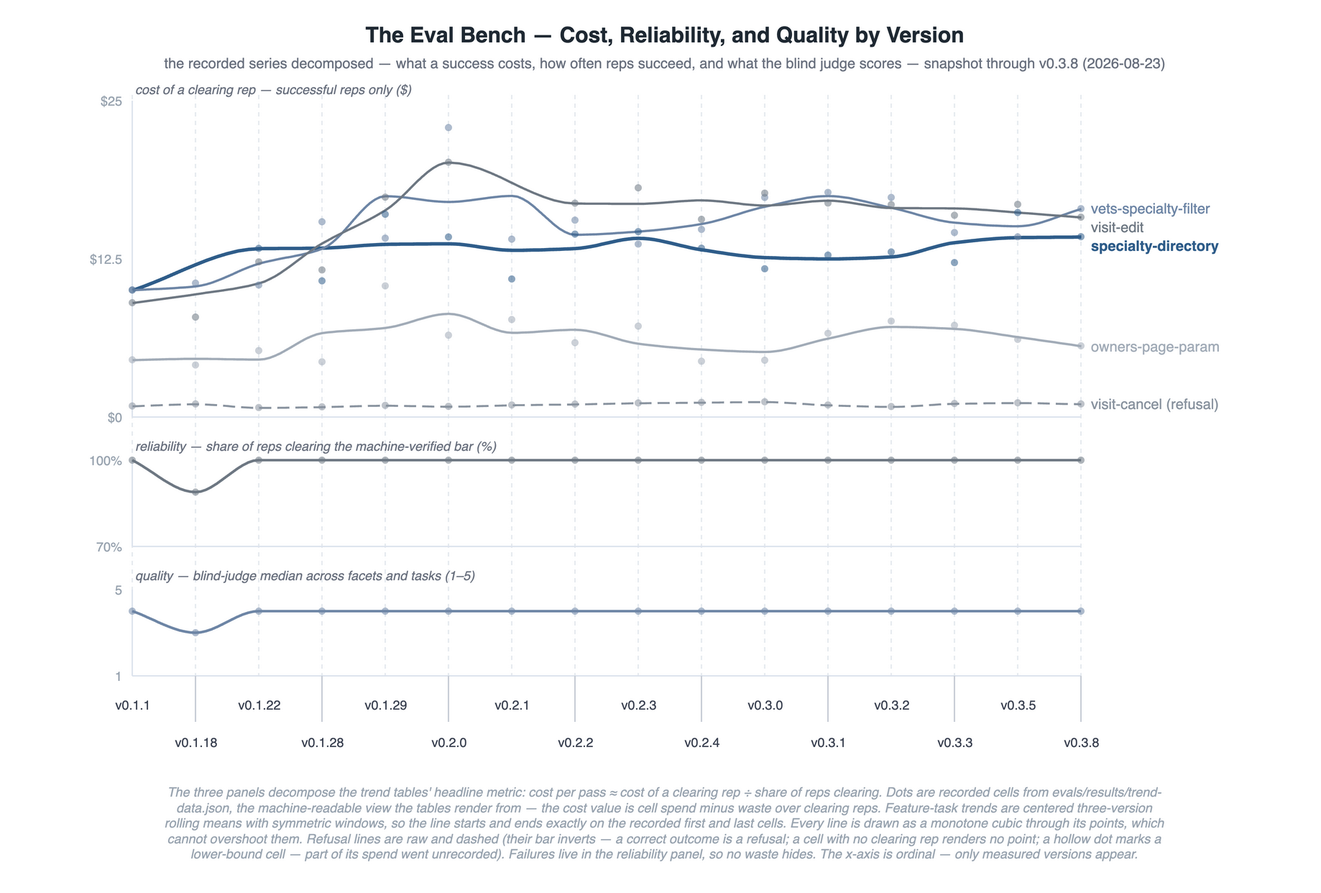
Above: docs/images/eval-trend.drawio.png in woditschka/agentic-coding-reference (draw.io), before the change. Source tidied: cells renumbered, new cells last; positions are measured from the earlier drawing's top-left corner, leaving out a move shared by most shapes.
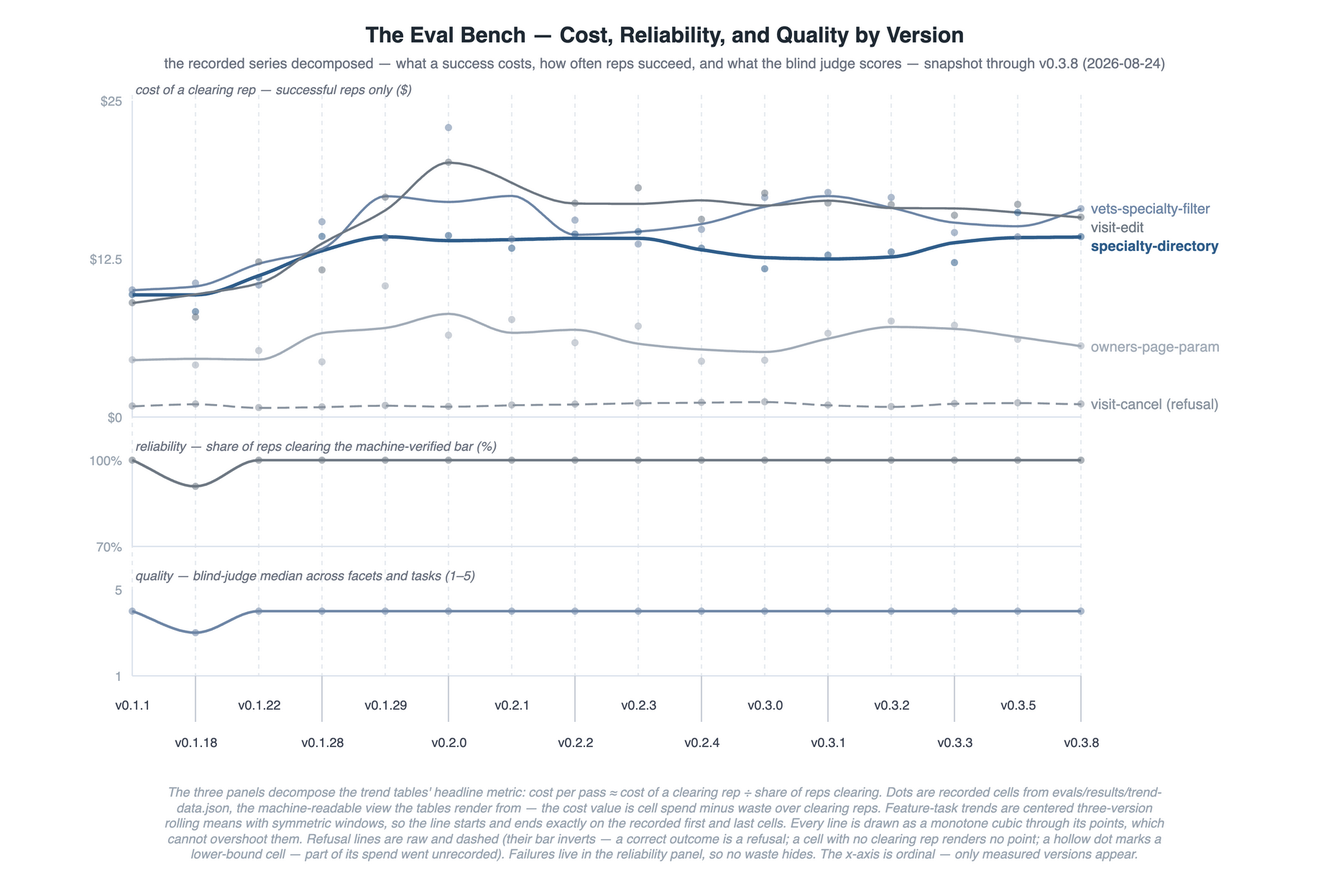
After the commit.

Diff of the diagram source:
```diff
@@ -5,7 +5,7 @@
     <mxCell id="2" value="The Eval Bench — Cost, Reliability, and Quality by Version" style="text;html=1;align=center;verticalAlign=middle;fontSize=15;fontStyle=1;fontColor=#1F2933;" parent="1" vertex="1">
       <mxGeometry width="900" height="24" as="geometry" />
     </mxCell>
-    <mxCell id="3" value="the recorded series decomposed — what a success costs, how often reps succeed, and what the blind judge scores — snapshot through v0.3.8 (2026-08-23)" style="text;html=1;align=center;verticalAlign=middle;fontSize=10;fontColor=#6B7280;" parent="1" vertex="1">
+    <mxCell id="3" value="the recorded series decomposed — what a success costs, how often reps succeed, and what the blind judge scores — snapshot through v0.3.8 (2026-08-24)" style="text;html=1;align=center;verticalAlign=middle;fontSize=10;fontColor=#6B7280;" parent="1" vertex="1">
       <mxGeometry y="25" width="900" height="14" as="geometry" />
     </mxCell>
     <mxCell id="4" style="endArrow=none;startArrow=none;html=1;strokeColor=#E7EBF0;strokeWidth=1;dashed=1;dashPattern=3 3;" parent="1" edge="1">
@@ -359,92 +359,104 @@
     </mxCell>
     <mxCell id="37" style="edgeStyle=none;rounded=0;curved=0;html=1;jettySize=0;endArrow=none;startArrow=none;strokeColor=#2F5D8A;strokeWidth=2.4;" parent="1" edge="1">
       <mxGeometry relative="1" as="geometry">
-        <mxPoint x="80" y="189.7" as="sourcePoint" />
+        <mxPoint x="80" y="192.8" as="sourcePoint" />
         <mxPoint x="740" y="152.6" as="targetPoint" />
         <Array as="points">
-          <mxPoint x="87.3" y="187.1" />
-          <mxPoint x="94.7" y="184.2" />
-          <mxPoint x="102" y="181.2" />
-          <mxPoint x="109.3" y="178" />
-          <mxPoint x="116.7" y="174.8" />
-          <mxPoint x="124" y="171.8" />
-          <mxPoint x="131.3" y="168.9" />
-          <mxPoint x="138.7" y="166.3" />
-          <mxPoint x="146" y="164.1" />
-          <mxPoint x="153.3" y="162.3" />
-          <mxPoint x="160.7" y="161.2" />
-          <mxPoint x="168" y="160.7" />
-          <mxPoint x="171.7" y="160.6" />
-          <mxPoint x="175.3" y="160.6" />
-          <mxPoint x="179" y="160.6" />
-          <mxPoint x="182.7" y="160.5" />
-          <mxPoint x="186.3" y="160.5" />
-          <mxPoint x="190" y="160.5" />
-          <mxPoint x="193.7" y="160.5" />
-          <mxPoint x="197.3" y="160.5" />
-          <mxPoint x="201" y="160.4" />
-          <mxPoint x="204.7" y="160.4" />
-          <mxPoint x="208.3" y="160.4" />
-          <mxPoint x="212" y="160.3" />
-          <mxPoint x="215.7" y="160.2" />
-          <mxPoint x="219.3" y="160" />
-          <mxPoint x="223" y="159.8" />
-          <mxPoint x="226.7" y="159.6" />
-          <mxPoint x="230.3" y="159.3" />
-          <mxPoint x="234" y="159" />
-          <mxPoint x="237.7" y="158.7" />
-          <mxPoint x="241.3" y="158.4" />
-          <mxPoint x="245" y="158.2" />
-          <mxPoint x="248.7" y="158" />
-          <mxPoint x="252.3" y="157.8" />
-          <mxPoint x="256" y="157.7" />
-          <mxPoint x="259.7" y="157.6" />
-          <mxPoint x="263.3" y="157.6" />
-          <mxPoint x="267" y="157.5" />
-          <mxPoint x="270.7" y="157.5" />
-          <mxPoint x="274.3" y="157.5" />
-          <mxPoint x="278" y="157.4" />
-          <mxPoint x="281.7" y="157.4" />
-          <mxPoint x="285.3" y="157.4" />
-          <mxPoint x="289" y="157.3" />
-          <mxPoint x="292.7" y="157.3" />
-          <mxPoint x="296.3" y="157.3" />
-          <mxPoint x="300" y="157.3" />
-          <mxPoint x="303.7" y="157.4" />
-          <mxPoint x="307.3" y="157.6" />
-          <mxPoint x="311" y="158" />
-          <mxPoint x="314.7" y="158.5" />
-          <mxPoint x="318.3" y="159" />
-          <mxPoint x="322" y="159.6" />
-          <mxPoint x="325.7" y="160.1" />
-          <mxPoint x="329.3" y="160.6" />
-          <mxPoint x="333" y="161.1" />
-          <mxPoint x="336.7" y="161.5" />
-          <mxPoint x="340.3" y="161.7" />
-          <mxPoint x="344" y="161.8" />
-          <mxPoint x="347.7" y="161.8" />
-          <mxPoint x="351.3" y="161.8" />
-          <mxPoint x="355" y="161.7" />
-          <mxPoint x="358.7" y="161.6" />
-          <mxPoint x="362.3" y="161.6" />
-          <mxPoint x="366" y="161.5" />
-          <mxPoint x="369.7" y="161.3" />
-          <mxPoint x="373.3" y="161.2" />
-          <mxPoint x="377" y="161.1" />
-          <mxPoint x="380.7" y="160.9" />
-          <mxPoint x="384.3" y="160.8" />
-          <mxPoint x="388" y="160.6" />
-          <mxPoint x="391.7" y="160.3" />
-          <mxPoint x="395.3" y="159.8" />
-          <mxPoint x="399" y="159.2" />
-          <mxPoint x="402.7" y="158.5" />
-          <mxPoint x="406.3" y="157.6" />
-          <mxPoint x="410" y="156.8" />
-          <mxPoint x="413.7" y="156" />
-          <mxPoint x="417.3" y="155.2" />
-          <mxPoint x="421" y="154.5" />
-          <mxPoint x="424.7" y="154" />
-          <mxPoint x="428.3" y="153.6" />
+          <mxPoint x="83.7" y="192.8" />
+          <mxPoint x="87.3" y="192.8" />
+          <mxPoint x="91" y="192.8" />
+          <mxPoint x="94.7" y="192.8" />
+          <mxPoint x="98.3" y="192.8" />
+          <mxPoint x="102" y="192.8" />
+          <mxPoint x="105.7" y="192.8" />
+          <mxPoint x="109.3" y="192.8" />
+          <mxPoint x="113" y="192.8" />
+          <mxPoint x="116.7" y="192.8" />
+          <mxPoint x="120.3" y="192.8" />
+          <mxPoint x="124" y="192.8" />
+          <mxPoint x="127.7" y="192.6" />
+          <mxPoint x="131.3" y="192.2" />
+          <mxPoint x="135" y="191.4" />
+          <mxPoint x="138.7" y="190.4" />
+          <mxPoint x="142.3" y="189.3" />
+          <mxPoint x="146" y="188" />
+          <mxPoint x="149.7" y="186.6" />
+          <mxPoint x="153.3" y="185.1" />
+          <mxPoint x="157" y="183.6" />
+          <mxPoint x="160.7" y="182.1" />
+          <mxPoint x="164.3" y="180.7" />
+          <mxPoint x="168" y="179.4" />
+          <mxPoint x="171.7" y="178.1" />
+          <mxPoint x="175.3" y="176.7" />
+          <mxPoint x="179" y="175.2" />
+          <mxPoint x="182.7" y="173.6" />
+          <mxPoint x="186.3" y="172" />
+          <mxPoint x="190" y="170.4" />
+          <mxPoint x="193.7" y="168.8" />
+          <mxPoint x="197.3" y="167.3" />
+          <mxPoint x="201" y="165.8" />
+          <mxPoint x="204.7" y="164.5" />
+          <mxPoint x="208.3" y="163.2" />
+          <mxPoint x="212" y="162.1" />
+          <mxPoint x="215.7" y="161" />
+          <mxPoint x="219.3" y="159.9" />
+          <mxPoint x="223" y="158.8" />
+          <mxPoint x="226.7" y="157.7" />
+          <mxPoint x="230.3" y="156.7" />
+          <mxPoint x="234" y="155.7" />
+          <mxPoint x="237.7" y="154.8" />
+          <mxPoint x="241.3" y="154" />
+          <mxPoint x="245" y="153.3" />
+          <mxPoint x="248.7" y="152.8" />
+          <mxPoint x="252.3" y="152.5" />
+          <mxPoint x="256" y="152.4" />
+          <mxPoint x="259.7" y="152.5" />
+          <mxPoint x="263.3" y="152.6" />
+          <mxPoint x="267" y="152.8" />
+          <mxPoint x="270.7" y="153.1" />
+          <mxPoint x="274.3" y="153.4" />
+          <mxPoint x="278" y="153.8" />
+          <mxPoint x="281.7" y="154.1" />
+          <mxPoint x="285.3" y="154.4" />
+          <mxPoint x="289" y="154.7" />
+          <mxPoint x="292.7" y="154.9" />
+          <mxPoint x="296.3" y="155" />
+          <mxPoint x="300" y="155.1" />
+          <mxPoint x="303.7" y="155.1" />
+          <mxPoint x="307.3" y="155.1" />
+          <mxPoint x="311" y="155" />
+          <mxPoint x="314.7" y="155" />
+          <mxPoint x="318.3" y="154.9" />
+          <mxPoint x="322" y="154.8" />
+          <mxPoint x="325.7" y="154.8" />
+          <mxPoint x="329.3" y="154.7" />
+          <mxPoint x="333" y="154.6" />
+          <mxPoint x="336.7" y="154.5" />
+          <mxPoint x="340.3" y="154.5" />
+          <mxPoint x="344" y="154.4" />
+          <mxPoint x="347.7" y="154.3" />
+          <mxPoint x="351.3" y="154.2" />
+          <mxPoint x="355" y="154.1" />
+          <mxPoint x="358.7" y="154.1" />
+          <mxPoint x="362.3" y="153.9" />
+          <mxPoint x="366" y="153.9" />
+          <mxPoint x="369.7" y="153.8" />
+          <mxPoint x="373.3" y="153.7" />
+          <mxPoint x="377" y="153.6" />
+          <mxPoint x="380.7" y="153.5" />
+          <mxPoint x="384.3" y="153.5" />
+          <mxPoint x="388" y="153.5" />
+          <mxPoint x="391.7" y="153.5" />
+          <mxPoint x="395.3" y="153.5" />
+          <mxPoint x="399" y="153.5" />
+          <mxPoint x="402.7" y="153.5" />
+          <mxPoint x="406.3" y="153.5" />
+          <mxPoint x="410" y="153.5" />
+          <mxPoint x="413.7" y="153.5" />
+          <mxPoint x="417.3" y="153.5" />
+          <mxPoint x="421" y="153.5" />
+          <mxPoint x="424.7" y="153.5" />
+          <mxPoint x="428.3" y="153.5" />
           <mxPoint x="432" y="153.5" />
           <mxPoint x="435.7" y="153.6" />
           <mxPoint x="439.3" y="153.9" />
@@ -943,22 +955,25 @@
       <mxGeometry x="737.5" y="226" width="5" height="5" as="geometry" />
     </mxCell>
     <mxCell id="56" style="ellipse;html=1;fillColor=#2F5D8A;strokeColor=none;opacity=55;" parent="1" vertex="1">
-      <mxGeometry x="77.5" y="187.2" width="5" height="5" as="geometry" />
+      <mxGeometry x="77.5" y="190.3" width="5" height="5" as="geometry" />
     </mxCell>
+    <mxCell id="183" style="ellipse;html=1;fillColor=#2F5D8A;strokeColor=none;opacity=55;" parent="1" vertex="1">
+      <mxGeometry x="121.5" y="202.2" width="5" height="5" as="geometry" />
+    </mxCell>
     <mxCell id="57" style="ellipse;html=1;fillColor=#2F5D8A;strokeColor=none;opacity=55;" parent="1" vertex="1">
-      <mxGeometry x="165.5" y="158.2" width="5" height="5" as="geometry" />
+      <mxGeometry x="165.5" y="178.5" width="5" height="5" as="geometry" />
     </mxCell>
     <mxCell id="58" style="ellipse;html=1;fillColor=#2F5D8A;strokeColor=none;opacity=55;" parent="1" vertex="1">
-      <mxGeometry x="209.5" y="180.8" width="5" height="5" as="geometry" />
+      <mxGeometry x="209.5" y="149.9" width="5" height="5" as="geometry" />
     </mxCell>
     <mxCell id="59" style="ellipse;html=1;fillColor=#2F5D8A;strokeColor=none;opacity=55;" parent="1" vertex="1">
-      <mxGeometry x="253.5" y="134.5" width="5" height="5" as="geometry" />
+      <mxGeometry x="253.5" y="150.5" width="5" height="5" as="geometry" />
     </mxCell>
     <mxCell id="60" style="ellipse;html=1;fillColor=#2F5D8A;strokeColor=none;opacity=55;" parent="1" vertex="1">
-      <mxGeometry x="297.5" y="150.3" width="5" height="5" as="geometry" />
+      <mxGeometry x="297.5" y="149.3" width="5" height="5" as="geometry" />
     </mxCell>
     <mxCell id="61" style="ellipse;html=1;fillColor=#2F5D8A;strokeColor=none;opacity=55;" parent="1" vertex="1">
-      <mxGeometry x="341.5" y="179.5" width="5" height="5" as="geometry" />
+      <mxGeometry x="341.5" y="158.1" width="5" height="5" as="geometry" />
     </mxCell>
     <mxCell id="62" style="ellipse;html=1;fillColor=#2F5D8A;strokeColor=none;opacity=55;" parent="1" vertex="1">
       <mxGeometry x="385.5" y="148.3" width="5" height="5" as="geometry" />
@@ -1320,28 +1335,28 @@
         <mxPoint x="80" y="308" as="sourcePoint" />
         <mxPoint x="740" y="308" as="targetPoint" />
         <Array as="points">
-          <mxPoint x="83.7" y="310" />
-          <mxPoint x="87.3" y="312.2" />
-          <mxPoint x="91" y="314.6" />
-          <mxPoint x="94.7" y="317" />
-          <mxPoint x="98.3" y="319.5" />
-          <mxPoint x="102" y="321.9" />
-          <mxPoint x="105.7" y="324.1" />
-          <mxPoint x="109.3" y="326.1" />
-          <mxPoint x="113" y="327.8" />
-          <mxPoint x="116.7" y="329.1" />
-          <mxPoint x="120.3" y="329.9" />
-          <mxPoint x="124" y="330.2" />
-          <mxPoint x="127.7" y="329.8" />
-          <mxPoint x="131.3" y="328.6" />
-          <mxPoint x="135" y="326.7" />
-          <mxPoint x="138.7" y="324.4" />
-          <mxPoint x="142.3" y="321.8" />
-          <mxPoint x="146" y="319.1" />
-          <mxPoint x="149.7" y="316.4" />
-          <mxPoint x="153.3" y="313.8" />
-          <mxPoint x="157" y="311.5" />
-          <mxPoint x="160.7" y="309.6" />
+          <mxPoint x="83.7" y="309.6" />
+          <mxPoint x="87.3" y="311.5" />
+          <mxPoint x="91" y="313.4" />
+          <mxPoint x="94.7" y="315.4" />
+          <mxPoint x="98.3" y="317.4" />
+          <mxPoint x="102" y="319.4" />
+          <mxPoint x="105.7" y="321.2" />
+          <mxPoint x="109.3" y="322.8" />
+          <mxPoint x="113" y="324.2" />
+          <mxPoint x="116.7" y="325.3" />
+          <mxPoint x="120.3" y="326" />
+          <mxPoint x="124" y="326.2" />
+          <mxPoint x="127.7" y="325.8" />
+          <mxPoint x="131.3" y="324.9" />
+          <mxPoint x="135" y="323.4" />
+          <mxPoint x="138.7" y="321.5" />
+          <mxPoint x="142.3" y="319.4" />
+          <mxPoint x="146" y="317.1" />
+          <mxPoint x="149.7" y="314.8" />
+          <mxPoint x="153.3" y="312.7" />
+          <mxPoint x="157" y="310.8" />
+          <mxPoint x="160.7" y="309.3" />
           <mxPoint x="164.3" y="308.4" />
           <mxPoint x="168" y="308" />
           <mxPoint x="171.7" y="308" />
@@ -1506,7 +1521,7 @@
       <mxGeometry x="77.5" y="305.5" width="5" height="5" as="geometry" />
     </mxCell>
     <mxCell id="121" style="ellipse;html=1;fillColor=#6E7883;strokeColor=none;opacity=55;" parent="1" vertex="1">
-      <mxGeometry x="121.5" y="327.7" width="5" height="5" as="geometry" />
+      <mxGeometry x="121.5" y="323.7" width="5" height="5" as="geometry" />
     </mxCell>
     <mxCell id="122" style="ellipse;html=1;fillColor=#6E7883;strokeColor=none;opacity=55;" parent="1" vertex="1">
       <mxGeometry x="165.5" y="305.5" width="5" height="5" as="geometry" />
```
